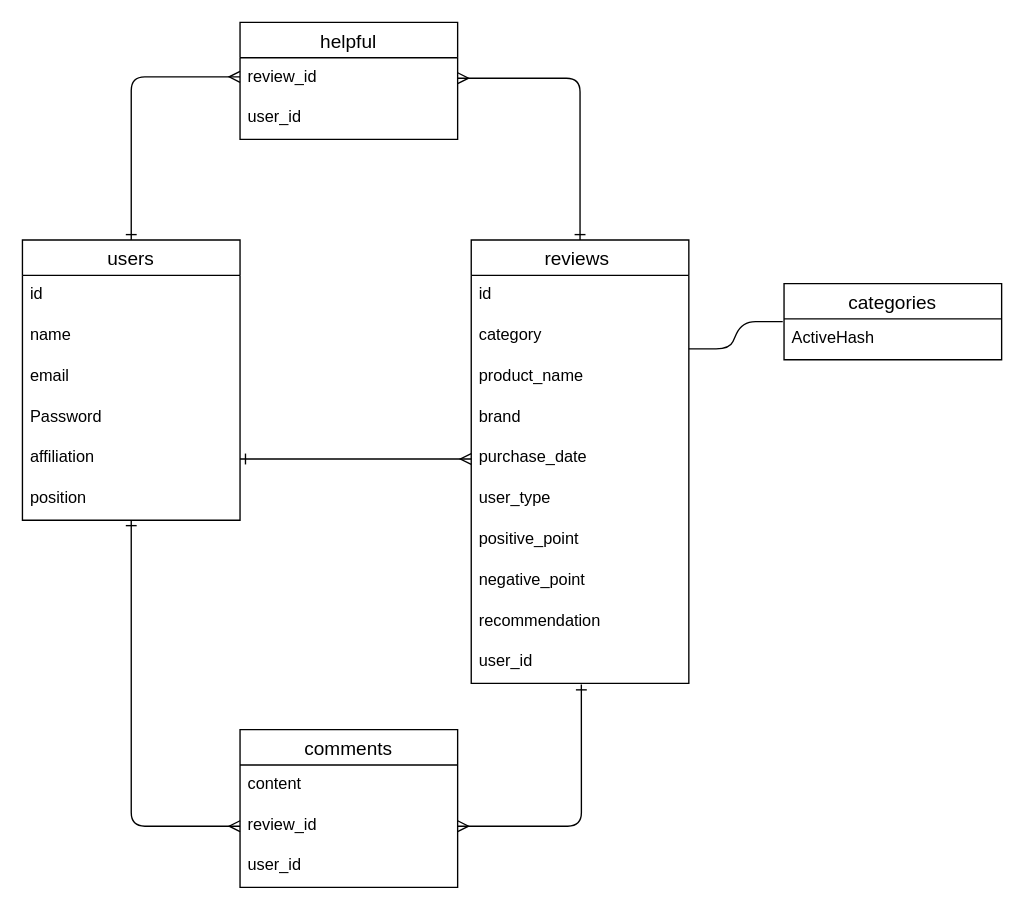
The draw.io diagram ER図.dio in mota4624/staviews, before the edit. Source tidied: cells renumbered, new cells numbered last; positions are measured from the earlier drawing's top-left corner, leaving out a move shared by most shapes. Both pictures are drawn from the tidied source at 136%, with x=0, y=0 at pixel (22, 22).
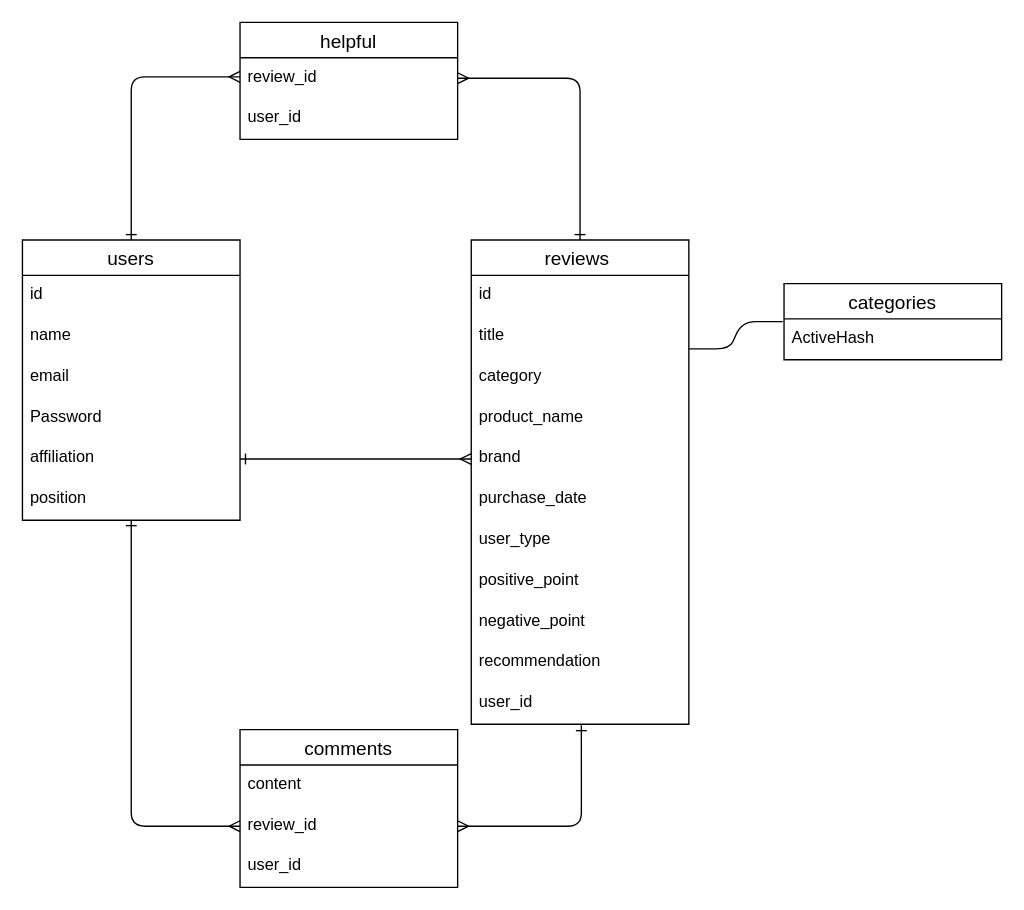
The same page after the edit.

Unchanged cells that the change refers to:
```xml
<mxCell id="7" value="affiliation" style="text;strokeColor=none;fillColor=none;spacingLeft=4;spacingRight=4;overflow=hidden;points=[[0,0.5],[1,0.5]];portConstraint=eastwest;fontSize=12;" parent="2" vertex="1">
  <mxGeometry y="146" width="160" height="30" as="geometry" />
</mxCell>
```

What changed in the source:
```diff
@@
     <mxCell id="9" value="reviews " style="swimlane;fontStyle=0;horizontal=1;startSize=26;align=center;fontSize=14;" parent="1" vertex="1">
-      <mxGeometry x="330" y="160" width="160" height="326" as="geometry" />
+      <mxGeometry x="330" y="160" width="160" height="356" as="geometry" />
     </mxCell>
@@
+    <mxCell id="36" value="title" style="text;strokeColor=none;fillColor=none;spacingLeft=4;spacingRight=4;overflow=hidden;fontSize=12;" parent="9" vertex="1">
+      <mxGeometry y="56" width="160" height="30" as="geometry" />
+    </mxCell>
     <mxCell id="11" value="category" style="text;strokeColor=none;fillColor=none;spacingLeft=4;spacingRight=4;overflow=hidden;fontSize=12;" parent="9" vertex="1">
-      <mxGeometry y="56" width="160" height="30" as="geometry" />
+      <mxGeometry y="86" width="160" height="30" as="geometry" />
     </mxCell>
     <mxCell id="12" value="product_name" style="text;strokeColor=none;fillColor=none;spacingLeft=4;spacingRight=4;overflow=hidden;fontSize=12;" parent="9" vertex="1">
-      <mxGeometry y="86" width="160" height="30" as="geometry" />
+      <mxGeometry y="116" width="160" height="30" as="geometry" />
     </mxCell>
     <mxCell id="13" value="brand" style="text;strokeColor=none;fillColor=none;spacingLeft=4;spacingRight=4;overflow=hidden;points=[[0,0.5],[1,0.5]];portConstraint=eastwest;fontSize=12;" parent="9" vertex="1">
-      <mxGeometry y="116" width="160" height="30" as="geometry" />
+      <mxGeometry y="146" width="160" height="30" as="geometry" />
     </mxCell>
     <mxCell id="14" value="purchase_date" style="text;strokeColor=none;fillColor=none;spacingLeft=4;spacingRight=4;overflow=hidden;points=[[0,0.5],[1,0.5]];portConstraint=eastwest;fontSize=12;" parent="9" vertex="1">
-      <mxGeometry y="146" width="160" height="30" as="geometry" />
+      <mxGeometry y="176" width="160" height="30" as="geometry" />
     </mxCell>
     <mxCell id="15" value="user_type" style="text;strokeColor=none;fillColor=none;spacingLeft=4;spacingRight=4;overflow=hidden;fontSize=12;" parent="9" vertex="1">
-      <mxGeometry y="176" width="160" height="30" as="geometry" />
+      <mxGeometry y="206" width="160" height="30" as="geometry" />
     </mxCell>
     <mxCell id="16" value="positive_point" style="text;strokeColor=none;fillColor=none;spacingLeft=4;spacingRight=4;overflow=hidden;fontSize=12;" parent="9" vertex="1">
-      <mxGeometry y="206" width="160" height="30" as="geometry" />
+      <mxGeometry y="236" width="160" height="30" as="geometry" />
     </mxCell>
     <mxCell id="17" value="negative_point" style="text;strokeColor=none;fillColor=none;spacingLeft=4;spacingRight=4;overflow=hidden;fontSize=12;" parent="9" vertex="1">
-      <mxGeometry y="236" width="160" height="30" as="geometry" />
+      <mxGeometry y="266" width="160" height="30" as="geometry" />
     </mxCell>
     <mxCell id="18" value="recommendation" style="text;strokeColor=none;fillColor=none;spacingLeft=4;spacingRight=4;overflow=hidden;fontSize=12;" parent="9" vertex="1">
-      <mxGeometry y="266" width="160" height="30" as="geometry" />
+      <mxGeometry y="296" width="160" height="30" as="geometry" />
     </mxCell>
     <mxCell id="19" value="user_id" style="text;strokeColor=none;fillColor=none;spacingLeft=4;spacingRight=4;overflow=hidden;points=[[0,0.5],[1,0.5]];portConstraint=eastwest;fontSize=12;" parent="9" vertex="1">
-      <mxGeometry y="296" width="160" height="30" as="geometry" />
+      <mxGeometry y="326" width="160" height="30" as="geometry" />
     </mxCell>
@@
-    <mxCell id="33" style="fontSize=12;html=1;endArrow=ERone;entryX=1;entryY=0.5;entryDx=0;entryDy=0;exitX=0;exitY=0.5;exitDx=0;exitDy=0;endFill=0;startArrow=ERmany;startFill=0;" parent="1" edge="1" source="14" target="7">
+    <mxCell id="33" style="fontSize=12;html=1;endArrow=ERone;entryX=1;entryY=0.5;entryDx=0;entryDy=0;exitX=0;exitY=0.5;exitDx=0;exitDy=0;endFill=0;startArrow=ERmany;startFill=0;" parent="1" edge="1" source="13" target="7">
       <mxGeometry relative="1" as="geometry" />
     </mxCell>
```
